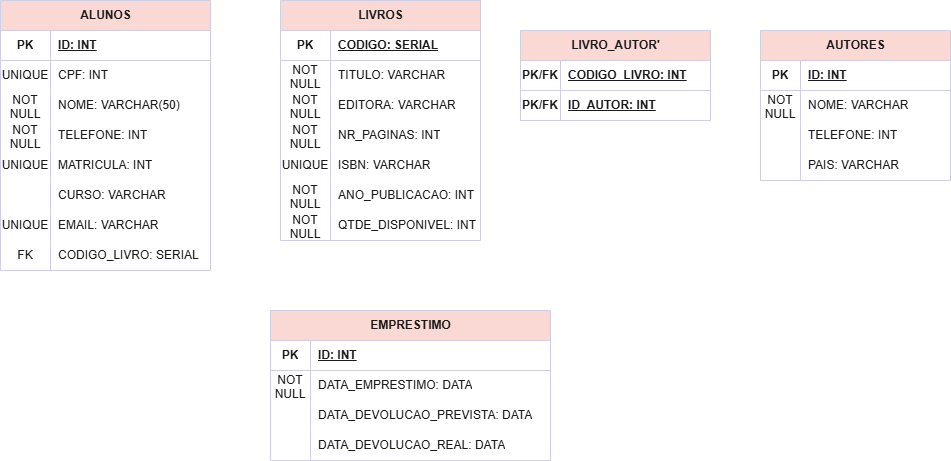
Before: drawio/Sistema da Biblioteca.drawio.png, a diagram exported from draw.io (AliceGeekGirl/Academic-Projects-and-Activities). Source tidied: cells renumbered, new cells last; positions are measured from the earlier drawing's top-left corner, leaving out a move shared by most shapes.
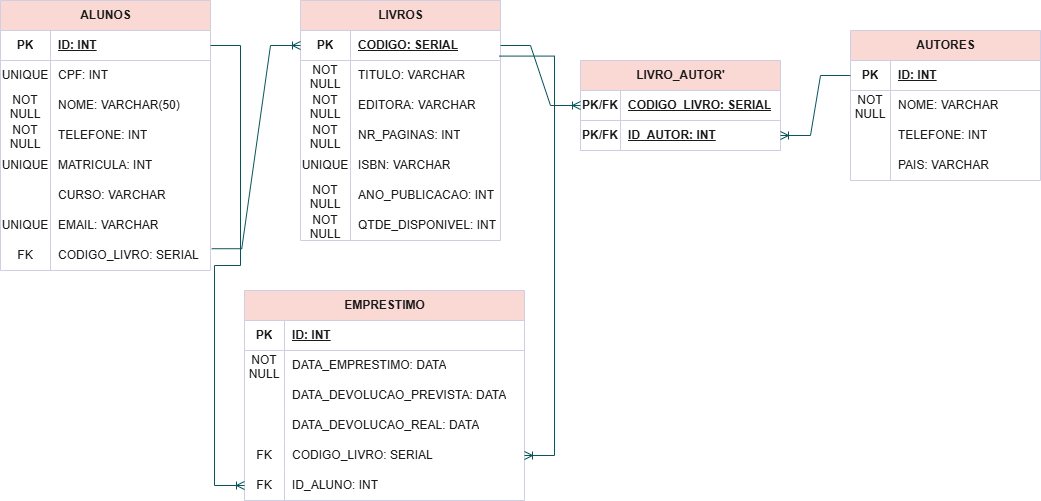
After the commit.

The edit, as a diff of the source:
```diff
@@ -78,7 +78,7 @@
       <mxGeometry x="50" width="160" height="30" as="geometry" />
     </mxCell>
     <mxCell id="27" value="LIVROS" style="shape=table;startSize=30;rowLines=0;fontStyle=1;align=center;html=1;labelBackgroundColor=none;fillColor=#FAD9D5;strokeColor=#D0CEE2;fontColor=#1A1A1A;" parent="1" vertex="1">
-      <mxGeometry x="280" width="200" height="240" as="geometry" />
+      <mxGeometry x="300" width="200" height="240" as="geometry" />
     </mxCell>
     <mxCell id="28" style="shape=tableRow;horizontal=0;startSize=0;swimlaneHead=0;swimlaneBody=0;fillColor=none;points=[[0,0.5],[1,0.5]];portConstraint=eastwest;top=0;left=0;right=0;bottom=1;labelBackgroundColor=none;strokeColor=#D0CEE2;fontColor=#1A1A1A;" parent="27" vertex="1">
       <mxGeometry y="30" width="200" height="30" as="geometry" />
@@ -144,7 +144,7 @@
       <mxGeometry x="50" width="150" height="30" as="geometry" />
     </mxCell>
     <mxCell id="49" value="EMPRESTIMO" style="shape=table;startSize=30;rowLines=0;fontStyle=1;align=center;html=1;labelBackgroundColor=none;fillColor=#FAD9D5;strokeColor=#D0CEE2;fontColor=#1A1A1A;" parent="1" vertex="1">
-      <mxGeometry x="270" y="310" width="280" height="150" as="geometry" />
+      <mxGeometry x="244" y="290" width="280" height="210" as="geometry" />
     </mxCell>
     <mxCell id="50" style="shape=tableRow;horizontal=0;startSize=0;swimlaneHead=0;swimlaneBody=0;fillColor=none;top=0;left=0;right=0;bottom=1;labelBackgroundColor=none;strokeColor=#D0CEE2;fontColor=#1A1A1A;" parent="49" vertex="1">
       <mxGeometry y="30" width="280" height="30" as="geometry" />
@@ -182,8 +182,26 @@
     <mxCell id="61" value="DATA_DEVOLUCAO_REAL: DATA" style="shape=partialRectangle;fillColor=none;top=0;left=0;bottom=0;right=0;align=left;spacingLeft=6;overflow=hidden;whiteSpace=wrap;html=1;labelBackgroundColor=none;strokeColor=#D0CEE2;fontColor=#1A1A1A;" parent="59" vertex="1">
       <mxGeometry x="40" width="240" height="30" as="geometry" />
     </mxCell>
+    <mxCell id="82" style="shape=tableRow;horizontal=0;startSize=0;swimlaneHead=0;swimlaneBody=0;fillColor=none;points=[[0,0.5],[1,0.5]];portConstraint=eastwest;top=0;left=0;right=0;bottom=0;labelBackgroundColor=none;strokeColor=#D0CEE2;fontColor=#1A1A1A;" parent="49" vertex="1">
+      <mxGeometry y="150" width="280" height="30" as="geometry" />
+    </mxCell>
+    <mxCell id="83" value="FK" style="shape=partialRectangle;fillColor=none;top=0;left=0;bottom=0;right=0;overflow=hidden;whiteSpace=wrap;html=1;labelBackgroundColor=none;strokeColor=#D0CEE2;fontColor=#1A1A1A;" parent="82" vertex="1">
+      <mxGeometry width="40" height="30" as="geometry" />
+    </mxCell>
+    <mxCell id="84" value="CODIGO_LIVRO: SERIAL" style="shape=partialRectangle;fillColor=none;top=0;left=0;bottom=0;right=0;align=left;spacingLeft=6;overflow=hidden;whiteSpace=wrap;html=1;labelBackgroundColor=none;strokeColor=#D0CEE2;fontColor=#1A1A1A;" parent="82" vertex="1">
+      <mxGeometry x="40" width="240" height="30" as="geometry" />
+    </mxCell>
+    <mxCell id="85" style="shape=tableRow;horizontal=0;startSize=0;swimlaneHead=0;swimlaneBody=0;fillColor=none;points=[[0,0.5],[1,0.5]];portConstraint=eastwest;top=0;left=0;right=0;bottom=0;labelBackgroundColor=none;strokeColor=#D0CEE2;fontColor=#1A1A1A;" parent="49" vertex="1">
+      <mxGeometry y="180" width="280" height="30" as="geometry" />
+    </mxCell>
+    <mxCell id="86" value="FK" style="shape=partialRectangle;fillColor=none;top=0;left=0;bottom=0;right=0;overflow=hidden;whiteSpace=wrap;html=1;labelBackgroundColor=none;strokeColor=#D0CEE2;fontColor=#1A1A1A;" parent="85" vertex="1">
+      <mxGeometry width="40" height="30" as="geometry" />
+    </mxCell>
+    <mxCell id="87" value="ID_ALUNO: INT" style="shape=partialRectangle;fillColor=none;top=0;left=0;bottom=0;right=0;align=left;spacingLeft=6;overflow=hidden;whiteSpace=wrap;html=1;labelBackgroundColor=none;strokeColor=#D0CEE2;fontColor=#1A1A1A;" parent="85" vertex="1">
+      <mxGeometry x="40" width="240" height="30" as="geometry" />
+    </mxCell>
     <mxCell id="62" value="AUTORES" style="shape=table;startSize=30;rowLines=0;fontStyle=1;align=center;html=1;labelBackgroundColor=none;fillColor=#FAD9D5;strokeColor=#D0CEE2;fontColor=#1A1A1A;" parent="1" vertex="1">
-      <mxGeometry x="760" y="30" width="190" height="150" as="geometry" />
+      <mxGeometry x="850" y="30" width="190" height="150" as="geometry" />
     </mxCell>
     <mxCell id="63" style="shape=tableRow;horizontal=0;startSize=0;swimlaneHead=0;swimlaneBody=0;fillColor=none;points=[[0,0.5],[1,0.5]];portConstraint=eastwest;top=0;left=0;right=0;bottom=1;labelBackgroundColor=none;strokeColor=#D0CEE2;fontColor=#1A1A1A;" parent="62" vertex="1">
       <mxGeometry y="30" width="190" height="30" as="geometry" />
@@ -222,25 +240,40 @@
       <mxGeometry x="40" width="150" height="30" as="geometry" />
     </mxCell>
     <mxCell id="75" value="LIVRO_AUTOR'" style="shape=table;startSize=30;rowLines=0;fontStyle=1;align=center;html=1;labelBackgroundColor=none;fillColor=#FAD9D5;strokeColor=#D0CEE2;fontColor=#1A1A1A;" parent="1" vertex="1">
-      <mxGeometry x="520" y="30" width="190" height="90" as="geometry" />
+      <mxGeometry x="580" y="60" width="200" height="90" as="geometry" />
     </mxCell>
     <mxCell id="76" style="shape=tableRow;horizontal=0;startSize=0;swimlaneHead=0;swimlaneBody=0;fillColor=none;points=[[0,0.5],[1,0.5]];portConstraint=eastwest;top=0;left=0;right=0;bottom=1;labelBackgroundColor=none;strokeColor=#D0CEE2;fontColor=#1A1A1A;" parent="75" vertex="1">
-      <mxGeometry y="30" width="190" height="30" as="geometry" />
+      <mxGeometry y="30" width="200" height="30" as="geometry" />
     </mxCell>
     <mxCell id="77" value="PK/FK" style="shape=partialRectangle;fillColor=none;top=0;left=0;bottom=0;right=0;fontStyle=1;overflow=hidden;whiteSpace=wrap;html=1;labelBackgroundColor=none;strokeColor=#D0CEE2;fontColor=#1A1A1A;" parent="76" vertex="1">
       <mxGeometry width="40" height="30" as="geometry" />
     </mxCell>
-    <mxCell id="78" value="CODIGO_LIVRO: INT" style="shape=partialRectangle;fillColor=none;top=0;left=0;bottom=0;right=0;align=left;spacingLeft=6;fontStyle=5;overflow=hidden;whiteSpace=wrap;html=1;labelBackgroundColor=none;strokeColor=#D0CEE2;fontColor=#1A1A1A;" parent="76" vertex="1">
-      <mxGeometry x="40" width="150" height="30" as="geometry" />
+    <mxCell id="78" value="CODIGO_LIVRO: SERIAL" style="shape=partialRectangle;fillColor=none;top=0;left=0;bottom=0;right=0;align=left;spacingLeft=6;fontStyle=5;overflow=hidden;whiteSpace=wrap;html=1;labelBackgroundColor=none;strokeColor=#D0CEE2;fontColor=#1A1A1A;" parent="76" vertex="1">
+      <mxGeometry x="40" width="160" height="30" as="geometry" />
     </mxCell>
     <mxCell id="79" style="shape=tableRow;horizontal=0;startSize=0;swimlaneHead=0;swimlaneBody=0;fillColor=none;points=[[0,0.5],[1,0.5]];portConstraint=eastwest;top=0;left=0;right=0;bottom=1;labelBackgroundColor=none;strokeColor=#D0CEE2;fontColor=#1A1A1A;" parent="75" vertex="1">
-      <mxGeometry y="60" width="190" height="30" as="geometry" />
+      <mxGeometry y="60" width="200" height="30" as="geometry" />
     </mxCell>
     <mxCell id="80" value="PK/FK" style="shape=partialRectangle;fillColor=none;top=0;left=0;bottom=0;right=0;fontStyle=1;overflow=hidden;whiteSpace=wrap;html=1;labelBackgroundColor=none;strokeColor=#D0CEE2;fontColor=#1A1A1A;" parent="79" vertex="1">
       <mxGeometry width="40" height="30" as="geometry" />
     </mxCell>
     <mxCell id="81" value="ID_AUTOR: INT" style="shape=partialRectangle;fillColor=none;top=0;left=0;bottom=0;right=0;align=left;spacingLeft=6;fontStyle=5;overflow=hidden;whiteSpace=wrap;html=1;labelBackgroundColor=none;strokeColor=#D0CEE2;fontColor=#1A1A1A;" parent="79" vertex="1">
-      <mxGeometry x="40" width="150" height="30" as="geometry" />
+      <mxGeometry x="40" width="160" height="30" as="geometry" />
     </mxCell>
+    <mxCell id="88" style="edgeStyle=entityRelationEdgeStyle;fontSize=12;html=1;endArrow=ERoneToMany;rounded=0;strokeColor=#09555B;fontColor=#1A1A1A;entryX=0;entryY=0.5;entryDx=0;entryDy=0;exitX=1.006;exitY=0.274;exitDx=0;exitDy=0;exitPerimeter=0;" parent="1" edge="1" source="24" target="28">
+      <mxGeometry relative="1" as="geometry" />
+    </mxCell>
+    <mxCell id="89" style="edgeStyle=entityRelationEdgeStyle;fontSize=12;html=1;endArrow=ERoneToMany;rounded=0;strokeColor=#09555B;fontColor=#1A1A1A;entryX=0;entryY=0.5;entryDx=0;entryDy=0;exitX=1;exitY=0.5;exitDx=0;exitDy=0;" parent="1" edge="1" source="28" target="76">
+      <mxGeometry relative="1" as="geometry" />
+    </mxCell>
+    <mxCell id="90" style="edgeStyle=entityRelationEdgeStyle;fontSize=12;html=1;endArrow=ERoneToMany;rounded=0;strokeColor=#09555B;fontColor=#1A1A1A;entryX=1;entryY=0.5;entryDx=0;entryDy=0;exitX=0;exitY=0.5;exitDx=0;exitDy=0;" parent="1" edge="1" source="63" target="79">
+      <mxGeometry relative="1" as="geometry" />
+    </mxCell>
+    <mxCell id="91" style="edgeStyle=entityRelationEdgeStyle;fontSize=12;html=1;endArrow=ERoneToMany;rounded=0;strokeColor=#09555B;fontColor=#1A1A1A;entryX=0;entryY=0.5;entryDx=0;entryDy=0;exitX=1;exitY=0.5;exitDx=0;exitDy=0;" parent="1" edge="1" source="3" target="85">
+      <mxGeometry relative="1" as="geometry" />
+    </mxCell>
+    <mxCell id="92" style="edgeStyle=entityRelationEdgeStyle;fontSize=12;html=1;endArrow=ERoneToMany;rounded=0;strokeColor=#09555B;fontColor=#1A1A1A;exitX=0.993;exitY=0.853;exitDx=0;exitDy=0;exitPerimeter=0;" parent="1" edge="1" source="28" target="82">
+      <mxGeometry relative="1" as="geometry" />
+    </mxCell>
   </root>
 </mxGraphModel>
```
